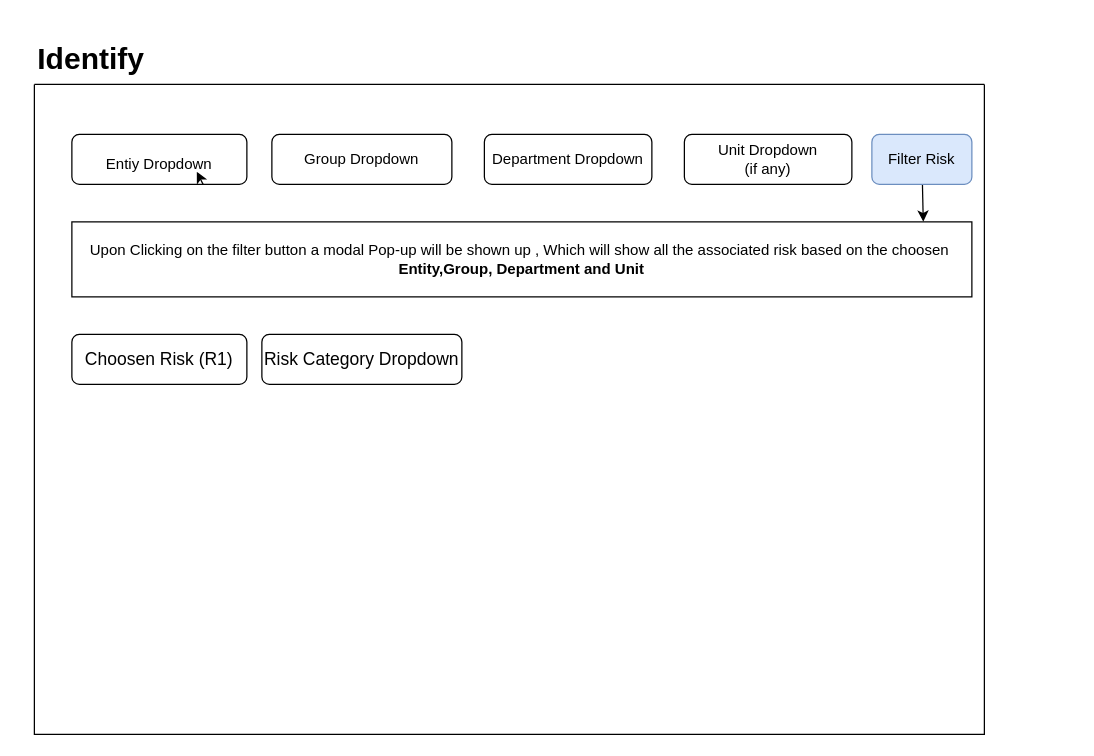
Before: page "Risk Identification Stage" (2 of 3) of screens.drawio in iRM-Somnath/GRC, a draw.io diagram. Source tidied: cells renumbered, new cells numbered last; positions are measured from the earlier drawing's top-left corner, leaving out a move shared by most shapes. Both pictures are drawn from the tidied source at 125%, with x=0, y=0 at pixel (21, 34).
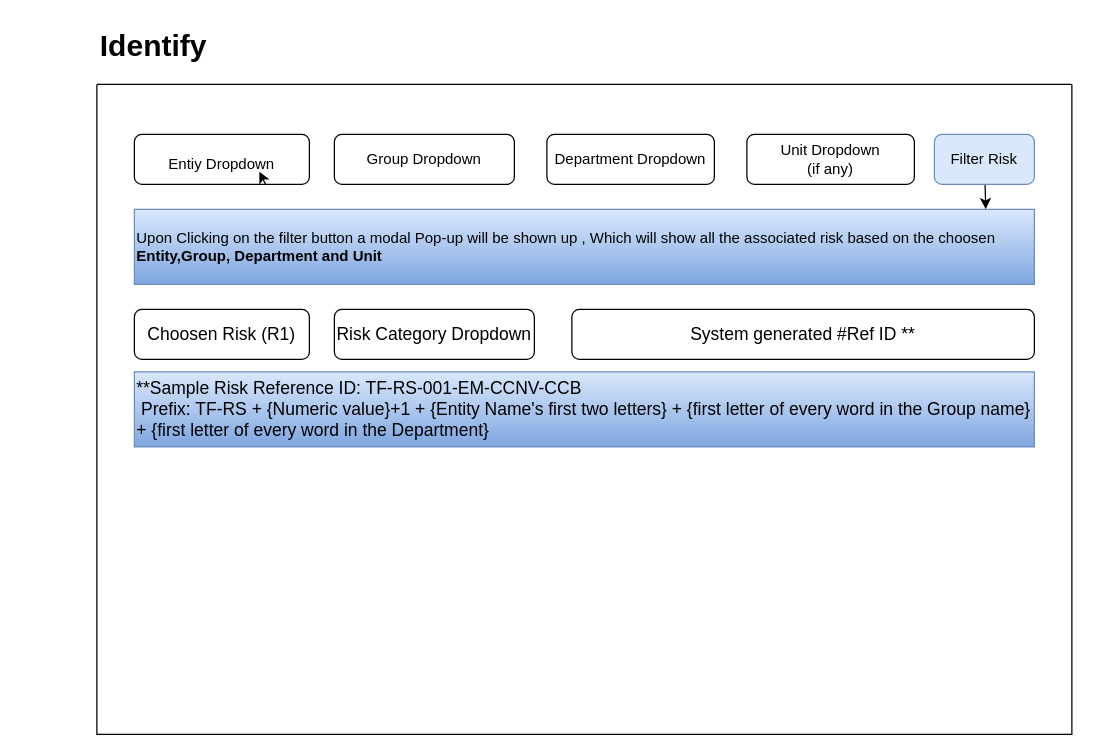
Above is the later version.

Commit message:
Risk Identification stage is done

Change to the diagram source:
```diff
@@
 <mxGraphModel>
   <root>
     <mxCell id="0" />
     <mxCell id="1" parent="0" />
     <mxCell id="2" value="&lt;b&gt;&lt;font style=&quot;font-size: 24px;&quot;&gt;Identify&lt;/font&gt;&lt;/b&gt;" style="text;html=1;align=center;verticalAlign=middle;strokeColor=none;fillColor=none;" parent="1" vertex="1">
-      <mxGeometry width="110" height="40" as="geometry" />
+      <mxGeometry x="50" y="-10" width="110" height="40" as="geometry" />
     </mxCell>
     <mxCell id="3" style="swimlane;startSize=0;fontSize=24;" parent="1" vertex="1">
-      <mxGeometry x="10" y="40" width="760" height="520" as="geometry" />
+      <mxGeometry x="60" y="40" width="780" height="520" as="geometry" />
     </mxCell>
     <mxCell id="4" value="&lt;div style=&quot;&quot;&gt;&lt;span style=&quot;font-size: 12px; background-color: initial;&quot;&gt;Entiy Dropdown&lt;/span&gt;&lt;/div&gt;" style="rounded=1;whiteSpace=wrap;html=1;fontSize=24;align=center;" parent="3" vertex="1">
       <mxGeometry x="30" y="40" width="140" height="40" as="geometry" />
     </mxCell>
     <mxCell id="5" value="Department Dropdown" style="rounded=1;whiteSpace=wrap;html=1;fontSize=12;" parent="3" vertex="1">
       <mxGeometry x="360" y="40" width="134" height="40" as="geometry" />
     </mxCell>
     <mxCell id="6" value="Group Dropdown" style="rounded=1;whiteSpace=wrap;html=1;fontSize=12;" parent="3" vertex="1">
       <mxGeometry x="190" y="40" width="144" height="40" as="geometry" />
     </mxCell>
     <mxCell id="7" value="Unit Dropdown&lt;br&gt;(if any)" style="rounded=1;whiteSpace=wrap;html=1;fontSize=12;" parent="3" vertex="1">
       <mxGeometry x="520" y="40" width="134" height="40" as="geometry" />
     </mxCell>
     <mxCell id="8" style="edgeStyle=none;html=1;exitX=0.75;exitY=1;exitDx=0;exitDy=0;entryX=0.714;entryY=0.75;entryDx=0;entryDy=0;entryPerimeter=0;fontSize=12;" parent="3" edge="1" source="4" target="4">
       <mxGeometry relative="1" as="geometry" />
     </mxCell>
-    <mxCell id="9" value="Upon Clicking on the filter button a modal Pop-up will be shown up , Which will show all the associated risk based on the choosen&amp;nbsp;&lt;br&gt;&lt;b&gt;Entity,Group, Department and Unit&lt;/b&gt;" style="rounded=0;whiteSpace=wrap;html=1;fontSize=12;" parent="3" vertex="1">
-      <mxGeometry x="30" y="110" width="720" height="60" as="geometry" />
+    <mxCell id="9" value="Upon Clicking on the filter button a modal Pop-up will be shown up , Which will show all the associated risk based on the choosen&amp;nbsp;&lt;br&gt;&lt;b&gt;Entity,Group, Department and Unit&lt;/b&gt;" style="rounded=0;whiteSpace=wrap;html=1;fontSize=12;fillColor=#dae8fc;gradientColor=#7ea6e0;strokeColor=#6c8ebf;align=left;" parent="3" vertex="1">
+      <mxGeometry x="30" y="100" width="720" height="60" as="geometry" />
     </mxCell>
     <mxCell id="10" style="edgeStyle=none;html=1;fontSize=16;entryX=0.946;entryY=-0.002;entryDx=0;entryDy=0;entryPerimeter=0;" parent="3" edge="1" source="11" target="9">
       <mxGeometry relative="1" as="geometry" />
     </mxCell>
     <mxCell id="11" value="Filter Risk" style="rounded=1;whiteSpace=wrap;html=1;fontSize=12;fillColor=#dae8fc;strokeColor=#6c8ebf;" parent="3" vertex="1">
       <mxGeometry x="670" y="40" width="80" height="40" as="geometry" />
     </mxCell>
     <mxCell id="12" value="Choosen Risk (R1)" style="rounded=1;whiteSpace=wrap;html=1;fontSize=14;" parent="3" vertex="1">
-      <mxGeometry x="30" y="200" width="140" height="40" as="geometry" />
+      <mxGeometry x="30" y="180" width="140" height="40" as="geometry" />
     </mxCell>
     <mxCell id="13" value="Risk Category Dropdown" style="rounded=1;whiteSpace=wrap;html=1;fontSize=14;" parent="3" vertex="1">
-      <mxGeometry x="182" y="200" width="160" height="40" as="geometry" />
+      <mxGeometry x="190" y="180" width="160" height="40" as="geometry" />
     </mxCell>
+    <mxCell id="14" value="System generated #Ref ID **" style="rounded=1;whiteSpace=wrap;html=1;fontSize=14;" parent="3" vertex="1">
+      <mxGeometry x="380" y="180" width="370" height="40" as="geometry" />
+    </mxCell>
+    <mxCell id="15" value="**Sample Risk Reference ID: TF-RS-001-EM-CCNV-CCB&lt;br&gt;&amp;nbsp;Prefix: TF-RS + {Numeric value}+1 + {Entity Name's first two letters} + {first letter of every word in the Group name} + {first letter of every word in the Department}" style="rounded=0;whiteSpace=wrap;html=1;fontSize=14;fillColor=#dae8fc;gradientColor=#7ea6e0;strokeColor=#6c8ebf;align=left;" parent="3" vertex="1">
+      <mxGeometry x="30" y="230" width="720" height="60" as="geometry" />
+    </mxCell>
   </root>
 </mxGraphModel>
```
